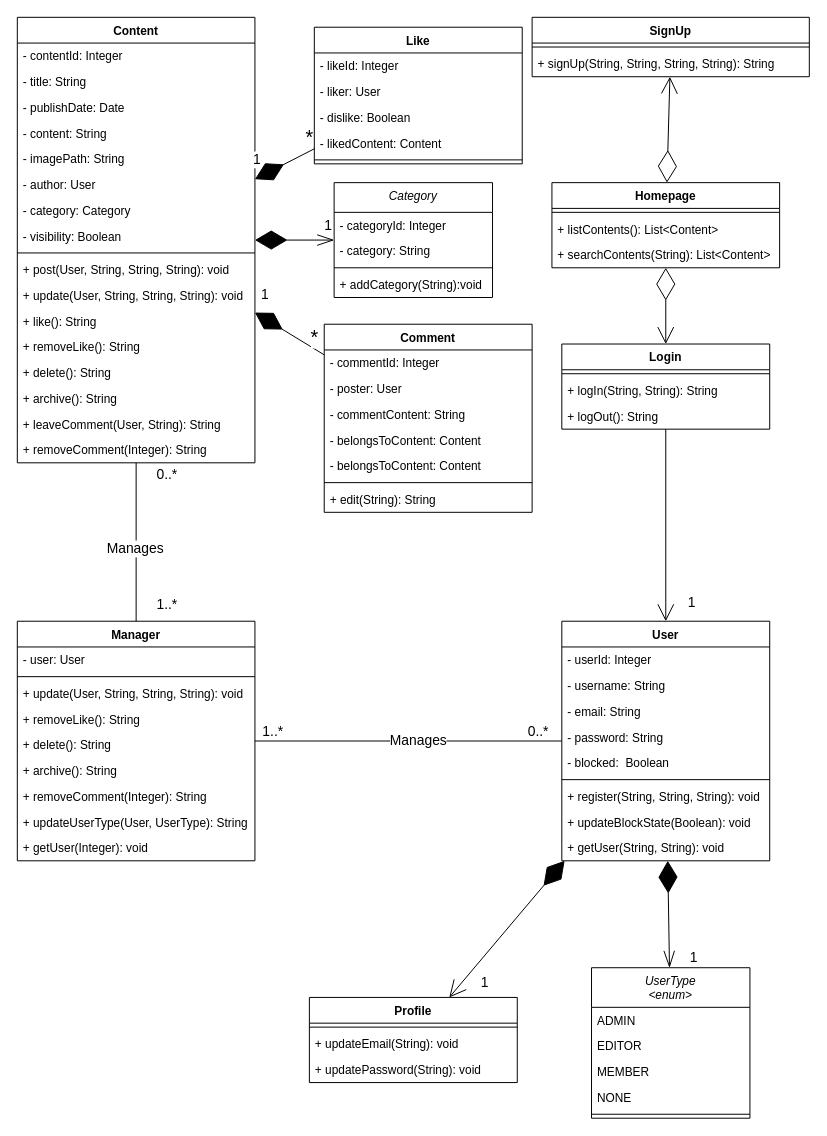
gitsametcan/Blogosphere keeps this draw.io diagram as Software Requirements Specification/Object_Class_Diagram.drawio. Above is the earlier version. Source tidied: cells renumbered, new cells numbered last; positions are measured from the earlier drawing's top-left corner, leaving out a move shared by most shapes. Both pictures are drawn from the tidied source at 99%, with x=0, y=0 at pixel (17, 17).
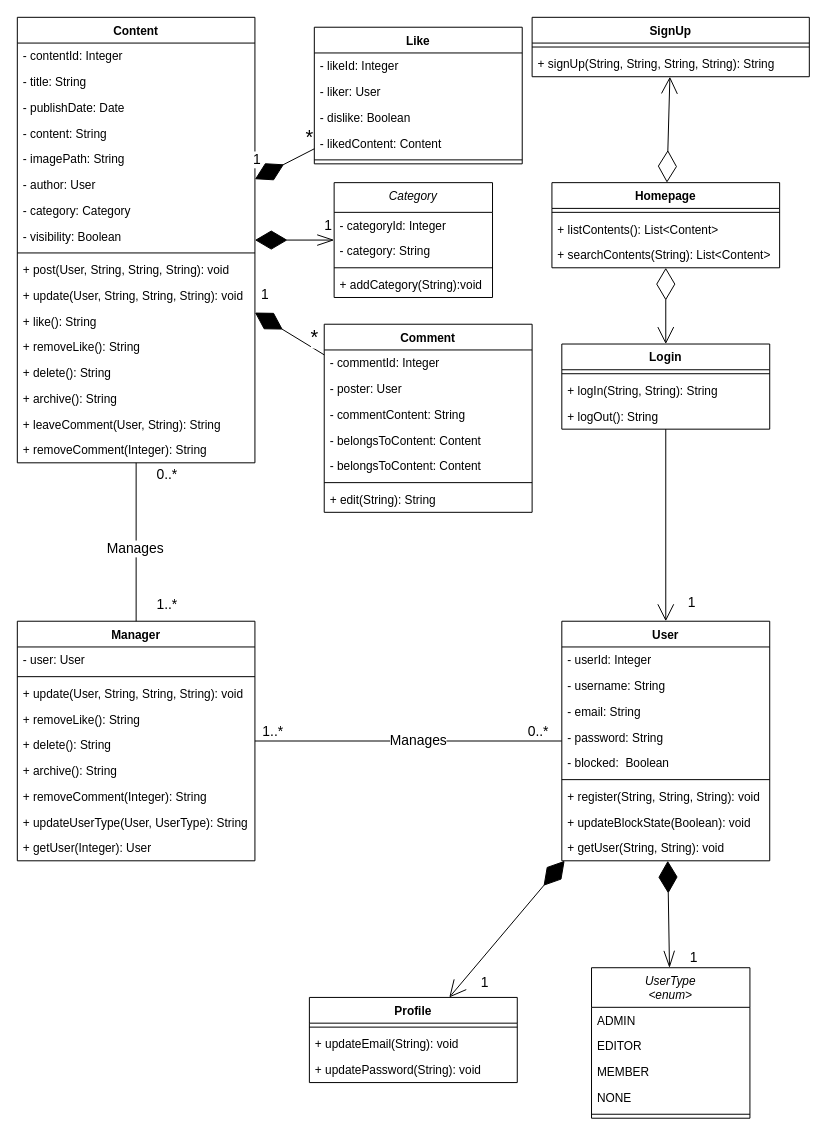
The same diagram, later.

Commit message (it also covers changes not shown here):
Admin added to sequence

Unchanged cells that the change refers to:
```xml
<mxCell id="65" value="Manager" style="swimlane;fontStyle=1;align=center;verticalAlign=top;horizontal=1;startSize=26;" parent="1" vertex="1">
  <mxGeometry y="610" width="240" height="242" as="geometry" />
</mxCell>
```

What changed in the source:
```diff
@@
-    <mxCell id="74" value="+ getUser(Integer): void" style="text;strokeColor=none;fillColor=none;align=left;verticalAlign=top;spacingLeft=4;spacingRight=4;overflow=hidden;" parent="65" vertex="1">
+    <mxCell id="74" value="+ getUser(Integer): User" style="text;strokeColor=none;fillColor=none;align=left;verticalAlign=top;spacingLeft=4;spacingRight=4;overflow=hidden;" parent="65" vertex="1">
       <mxGeometry y="216" width="240" height="26" as="geometry" />
     </mxCell>
```
